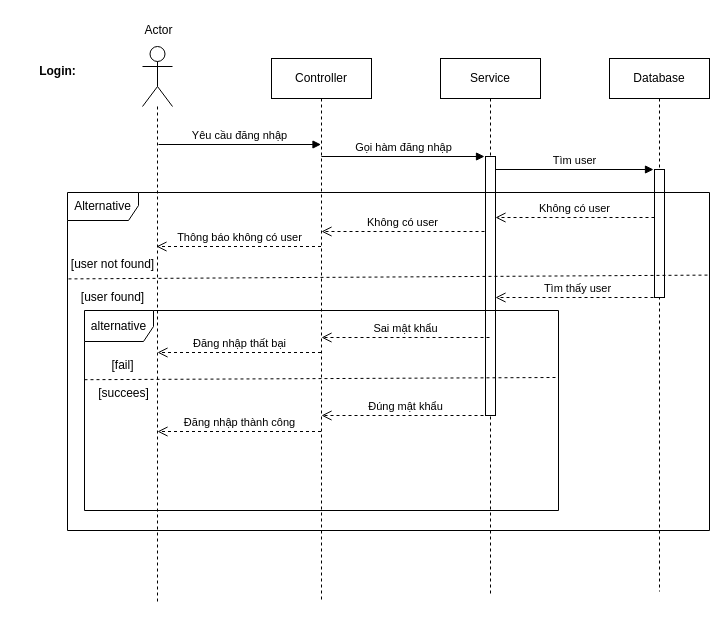
This is sequence_diagram.drawio from ippapi/diagram, a draw.io file, before an edit. Source tidied: cells renumbered, new cells numbered last; positions are measured from the earlier drawing's top-left corner, leaving out a move shared by most shapes. Both pictures are drawn from the tidied source at 100%, with x=0, y=0 at pixel (17, 17).
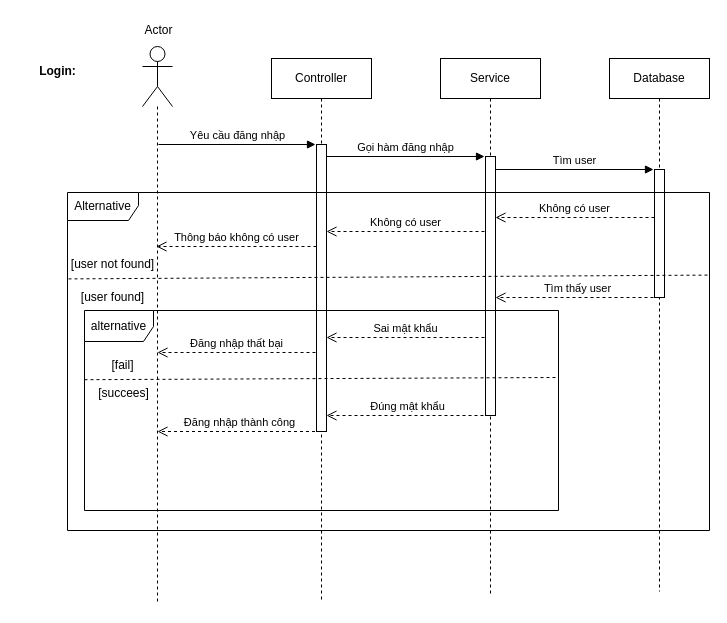
Above is the later version.

Unchanged cells that the change refers to:
```xml
<mxCell id="2" value="Controller" style="shape=umlLifeline;perimeter=lifelinePerimeter;whiteSpace=wrap;html=1;outlineConnect=0;portConstraint=eastwest;newEdgeStyle={&quot;curved&quot;:0,&quot;rounded&quot;:0};" parent="1" vertex="1">
  <mxGeometry x="254" y="41" width="100" height="541" as="geometry" />
</mxCell>
```

Diff of the diagram source:
```diff
@@
+    <mxCell id="30" style="html=1;perimeter=orthogonalPerimeter;targetShapes=umlLifeline;newEdgeStyle={&quot;curved&quot;:0,&quot;rounded&quot;:0};" parent="2" vertex="1">
+      <mxGeometry x="45" y="86" width="10" height="287" as="geometry" />
+    </mxCell>
@@
-    <mxCell id="10" value="Yêu cầu đăng nhập" style="html=1;verticalAlign=bottom;endArrow=block;curved=0;rounded=0;" parent="1" edge="1" target="2">
+    <mxCell id="10" value="Yêu cầu đăng nhập" style="html=1;verticalAlign=bottom;endArrow=block;curved=0;rounded=0;" parent="1" edge="1">
       <mxGeometry relative="1" as="geometry">
         <mxPoint x="141" y="127" as="sourcePoint" />
+        <mxPoint x="298" y="127" as="targetPoint" />
       </mxGeometry>
     </mxCell>
     <mxCell id="11" value="Gọi hàm đăng nhập" style="html=1;verticalAlign=bottom;endArrow=block;curved=0;rounded=0;" parent="1" edge="1">
       <mxGeometry relative="1" as="geometry">
-        <mxPoint x="303.9" y="139" as="sourcePoint" />
+        <mxPoint x="309" y="139" as="sourcePoint" />
         <mxPoint x="467" y="139" as="targetPoint" />
       </mxGeometry>
     </mxCell>
@@
     <mxCell id="17" value="Không có user" style="html=1;verticalAlign=bottom;endArrow=open;dashed=1;endSize=8;curved=0;rounded=0;" parent="1" edge="1">
       <mxGeometry relative="1" as="geometry">
         <mxPoint x="467" y="214" as="sourcePoint" />
-        <mxPoint x="304" y="214" as="targetPoint" />
+        <mxPoint x="309" y="214" as="targetPoint" />
       </mxGeometry>
     </mxCell>
     <mxCell id="18" value="Thông báo không có user" style="html=1;verticalAlign=bottom;endArrow=open;dashed=1;endSize=8;curved=0;rounded=0;" parent="1" edge="1">
       <mxGeometry relative="1" as="geometry">
-        <mxPoint x="303.5" y="229" as="sourcePoint" />
+        <mxPoint x="299" y="229" as="sourcePoint" />
         <mxPoint x="139" y="229" as="targetPoint" />
       </mxGeometry>
     </mxCell>
@@
     <mxCell id="24" value="Sai mật khẩu" style="html=1;verticalAlign=bottom;endArrow=open;dashed=1;endSize=8;curved=0;rounded=0;" parent="1" edge="1">
       <mxGeometry relative="1" as="geometry">
-        <mxPoint x="472" y="320" as="sourcePoint" />
-        <mxPoint x="304" y="320" as="targetPoint" />
+        <mxPoint x="467" y="320" as="sourcePoint" />
+        <mxPoint x="309" y="320" as="targetPoint" />
       </mxGeometry>
     </mxCell>
     <mxCell id="25" value="Đúng mật khẩu" style="html=1;verticalAlign=bottom;endArrow=open;dashed=1;endSize=8;curved=0;rounded=0;" parent="1" edge="1">
       <mxGeometry relative="1" as="geometry">
         <mxPoint x="472" y="398" as="sourcePoint" />
-        <mxPoint x="304" y="398" as="targetPoint" />
+        <mxPoint x="309" y="398" as="targetPoint" />
       </mxGeometry>
     </mxCell>
     <mxCell id="26" value="Đăng nhập thất bại" style="html=1;verticalAlign=bottom;endArrow=open;dashed=1;endSize=8;curved=0;rounded=0;" parent="1" edge="1">
       <mxGeometry relative="1" as="geometry">
-        <mxPoint x="303.5" y="335" as="sourcePoint" />
+        <mxPoint x="298" y="335" as="sourcePoint" />
         <mxPoint x="140" y="335" as="targetPoint" />
       </mxGeometry>
     </mxCell>
```
